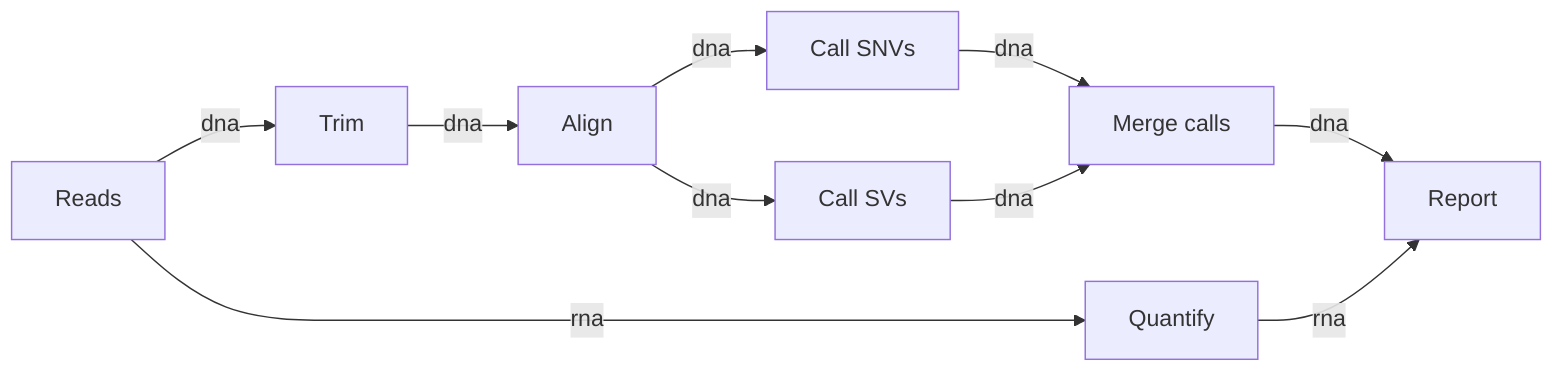
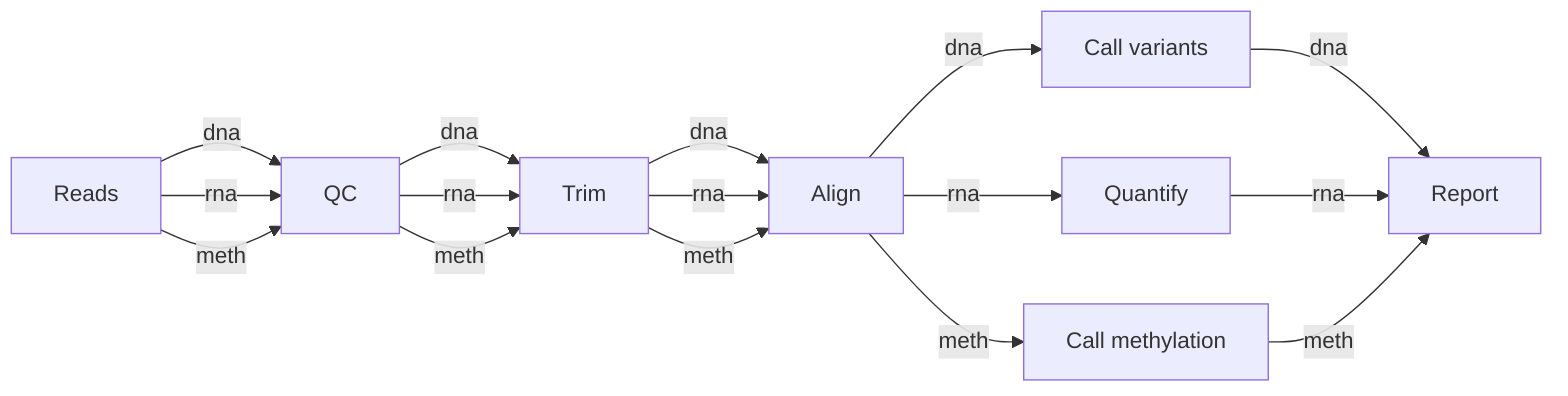
%%metro title: Directional Flow
%%metro style: dark
%%metro directional: true
%%metro line: dna | DNA variants | #E64A19
%%metro line: rna | RNA expression | #1E88E5
+ %%metro line: meth | Methylation | #43A047

graph LR
    reads[Reads]
+     qc[QC]
    trim[Trim]
    align[Align]
-     snv[Call SNVs]
-     sv[Call SVs]
-     merge[Merge calls]
+     callvar[Call variants]
    quant[Quantify]
+     methcall[Call methylation]
    report[Report]

-     reads -->|dna| trim
+     reads -->|dna| qc
+     reads -->|rna| qc
+     reads -->|meth| qc
+     qc -->|dna| trim
+     qc -->|rna| trim
+     qc -->|meth| trim
    trim -->|dna| align
-     align -->|dna| snv
-     align -->|dna| sv
-     snv -->|dna| merge
-     sv -->|dna| merge
-     merge -->|dna| report
-     reads -->|rna| quant
+     trim -->|rna| align
+     trim -->|meth| align
+     align -->|dna| callvar
+     align -->|rna| quant
+     align -->|meth| methcall
+     callvar -->|dna| report
    quant -->|rna| report
+     methcall -->|meth| report
